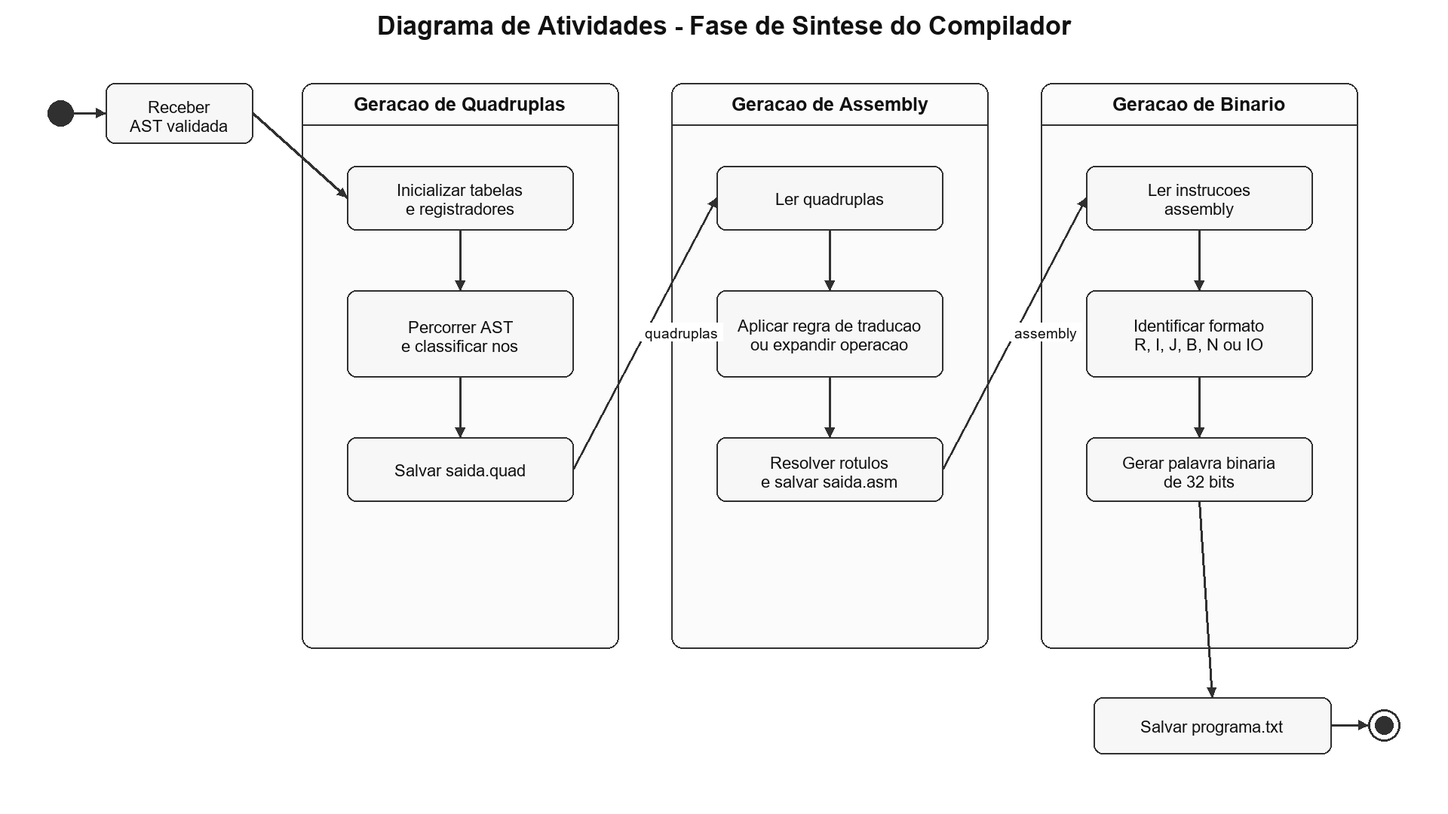
FelipeSilvestre04/Compiladores keeps this PlantUML diagram as diagramas/png_16x9/06_sintese_atividades.png. Above is the earlier version. Its source is kept beside it as diagramas/puml/06_sintese_atividades.puml.
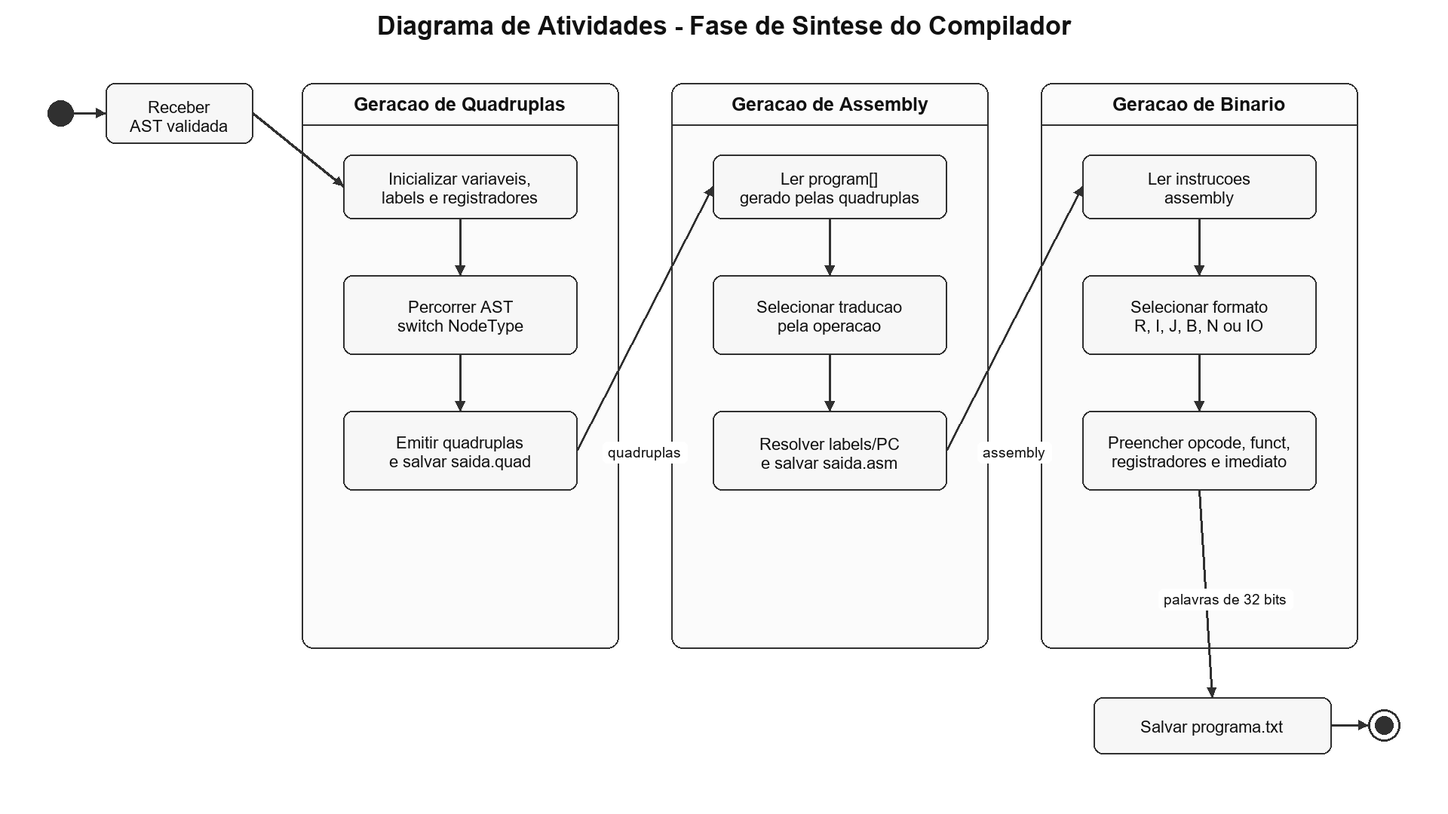
The same diagram one commit later.

What changed in the source:
```diff
@@ -9,17 +9,17 @@
 
 start
 :Receber AST validada;
-:Inicializar tabelas de variaveis,\nregistradores temporarios e rotulos;
+:Inicializar program[], labels[], variables[],\nregistradores temporarios e rotulos;
 
-:Percorrer nos da AST;
-:Classificar cada no visitado\ncomo expressao, comando, funcao,\nchamada ou acesso a vetor;
+:Percorrer nos da AST em processa_arvore();
+:Classificar cada no pelo switch de NodeType\ncomo declaracao, expressao, comando,\nfuncao, chamada ou vetor;
 :Gerar quadruplas correspondentes\nADD, LOAD, STORE, JUMP, LAB,\nFUN, ARG, PARAM, CALL, RET e END;
 
 :Salvar codigo intermediario\nem saida.quad;
 :Ler quadruplas geradas;
 
 repeat
-  :Selecionar regra de traducao\nda quadrupla atual;
+  :Selecionar regra de traducao\npela operacao da quadrupla;
   if (quadrupla tem mapeamento direto?) then (sim)
     :Emitir uma instrucao assembly;
   else (nao)
```
